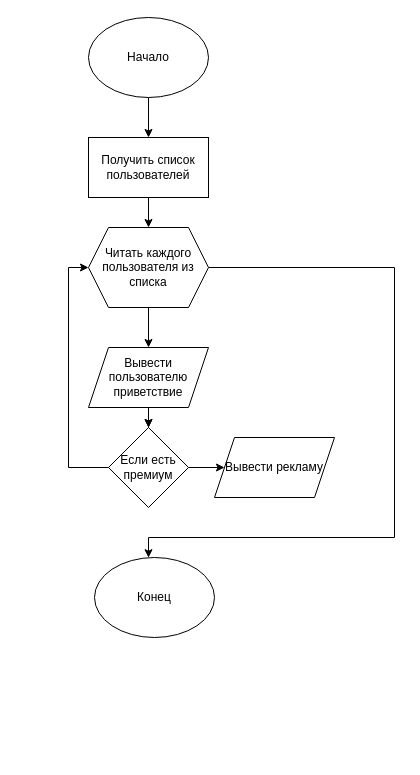
Above: Ads.drawio in Beibarsov/SF121 (draw.io), before the change. Source tidied: cells renumbered, new cells numbered last; positions are measured from the earlier drawing's top-left corner, leaving out a move shared by most shapes. Both pictures are drawn from the tidied source at 100%, with x=0, y=0 at pixel (88, 17).
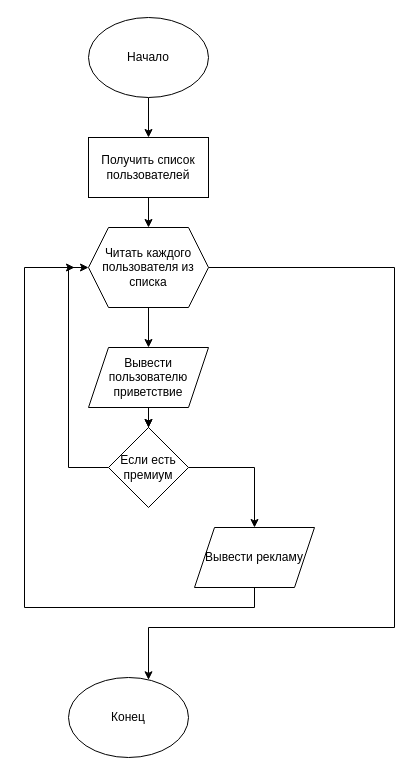
The same diagram, later.

Unchanged cells that the change refers to:
```xml
<mxCell id="8" value="Читать каждого пользователя из списка" style="shape=hexagon;perimeter=hexagonPerimeter2;whiteSpace=wrap;html=1;fixedSize=1;" parent="1" vertex="1">
  <mxGeometry y="210" width="120" height="80" as="geometry" />
</mxCell>
<mxCell id="14" value="Если есть премиум" style="rhombus;whiteSpace=wrap;html=1;" parent="1" vertex="1">
  <mxGeometry x="20" y="410" width="80" height="80" as="geometry" />
</mxCell>
```

What changed in the source:
```diff
@@
     <mxCell id="7" style="edgeStyle=orthogonalEdgeStyle;rounded=0;jettySize=auto;html=1;" parent="1" edge="1" source="8" target="16">
       <mxGeometry relative="1" as="geometry">
         <Array as="points">
           <mxPoint x="306" y="250" />
-          <mxPoint x="306" y="520" />
-          <mxPoint x="60" y="520" />
+          <mxPoint x="306" y="610" />
+          <mxPoint x="60" y="610" />
         </Array>
       </mxGeometry>
     </mxCell>
@@
+    <mxCell id="13" style="edgeStyle=orthogonalEdgeStyle;rounded=0;jettySize=auto;html=1;exitX=0;exitY=0.5;exitDx=0;exitDy=0;entryX=0;entryY=0.5;entryDx=0;entryDy=0;" parent="1" edge="1" source="14" target="8">
+      <mxGeometry relative="1" as="geometry" />
+    </mxCell>
-    <mxCell id="12" style="edgeStyle=orthogonalEdgeStyle;rounded=0;jettySize=auto;html=1;entryX=0;entryY=0.5;entryDx=0;entryDy=0;" parent="1" edge="1" source="14" target="15">
+    <mxCell id="12" style="edgeStyle=orthogonalEdgeStyle;rounded=0;jettySize=auto;html=1;entryX=0.5;entryY=0;entryDx=0;entryDy=0;" parent="1" edge="1" source="14" target="15">
       <mxGeometry relative="1" as="geometry" />
     </mxCell>
-    <mxCell id="13" style="edgeStyle=orthogonalEdgeStyle;rounded=0;jettySize=auto;html=1;exitX=0;exitY=0.5;exitDx=0;exitDy=0;entryX=0;entryY=0.5;entryDx=0;entryDy=0;" parent="1" edge="1" source="14" target="8">
-      <mxGeometry relative="1" as="geometry" />
-    </mxCell>
@@
+    <mxCell id="17" style="edgeStyle=orthogonalEdgeStyle;rounded=0;jettySize=auto;html=1;" parent="1" edge="1" source="15">
+      <mxGeometry relative="1" as="geometry">
+        <mxPoint x="-14" y="250" as="targetPoint" />
+        <Array as="points">
+          <mxPoint x="166" y="590" />
+          <mxPoint x="-64" y="590" />
+        </Array>
+      </mxGeometry>
+    </mxCell>
     <mxCell id="15" value="Вывести рекламу" style="shape=parallelogram;perimeter=parallelogramPerimeter;whiteSpace=wrap;html=1;fixedSize=1;" parent="1" vertex="1">
-      <mxGeometry x="126" y="420" width="120" height="60" as="geometry" />
+      <mxGeometry x="106" y="510" width="120" height="60" as="geometry" />
     </mxCell>
     <mxCell id="16" value="Конец" style="ellipse;whiteSpace=wrap;html=1;" parent="1" vertex="1">
-      <mxGeometry x="6" y="540" width="120" height="80" as="geometry" />
+      <mxGeometry x="-20" y="660" width="120" height="80" as="geometry" />
     </mxCell>
```
